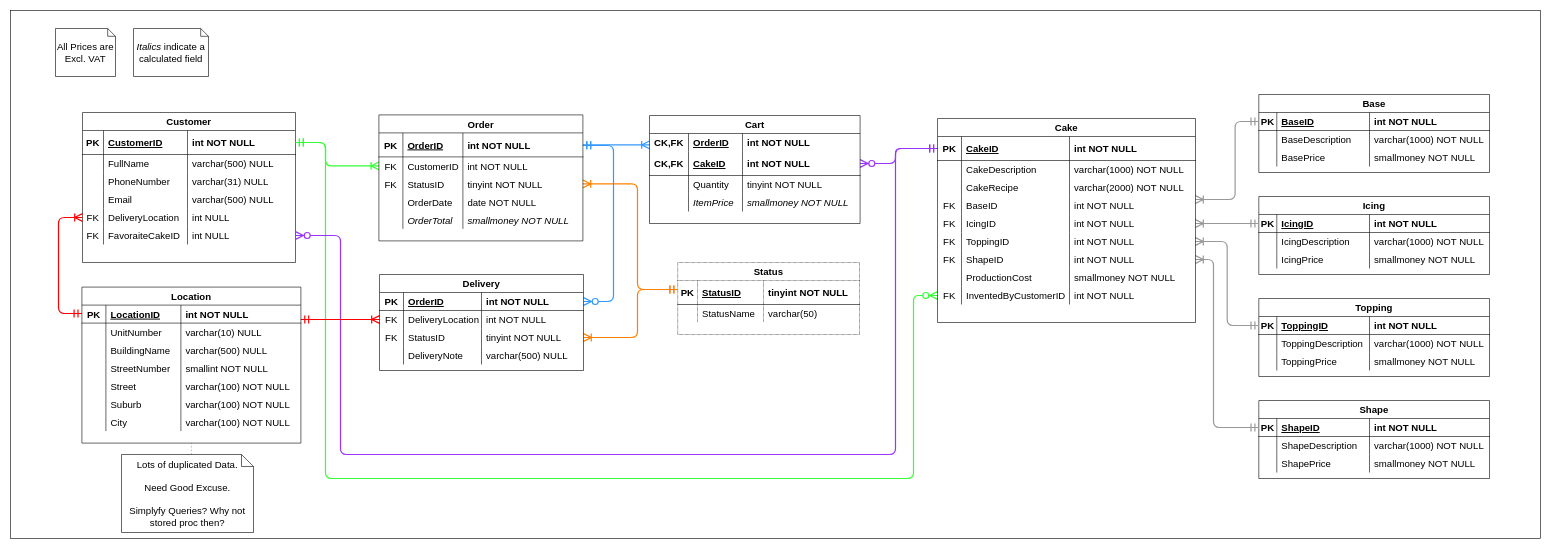
Before: Documentation/ERD Diagram.drawio in TauRamodise/LetThemEatCake, a draw.io diagram. Source tidied: cells renumbered, new cells numbered last; positions are measured from the earlier drawing's top-left corner, leaving out a move shared by most shapes. Both pictures are drawn from the tidied source at 60%, with x=0, y=0 at pixel (10, 10).
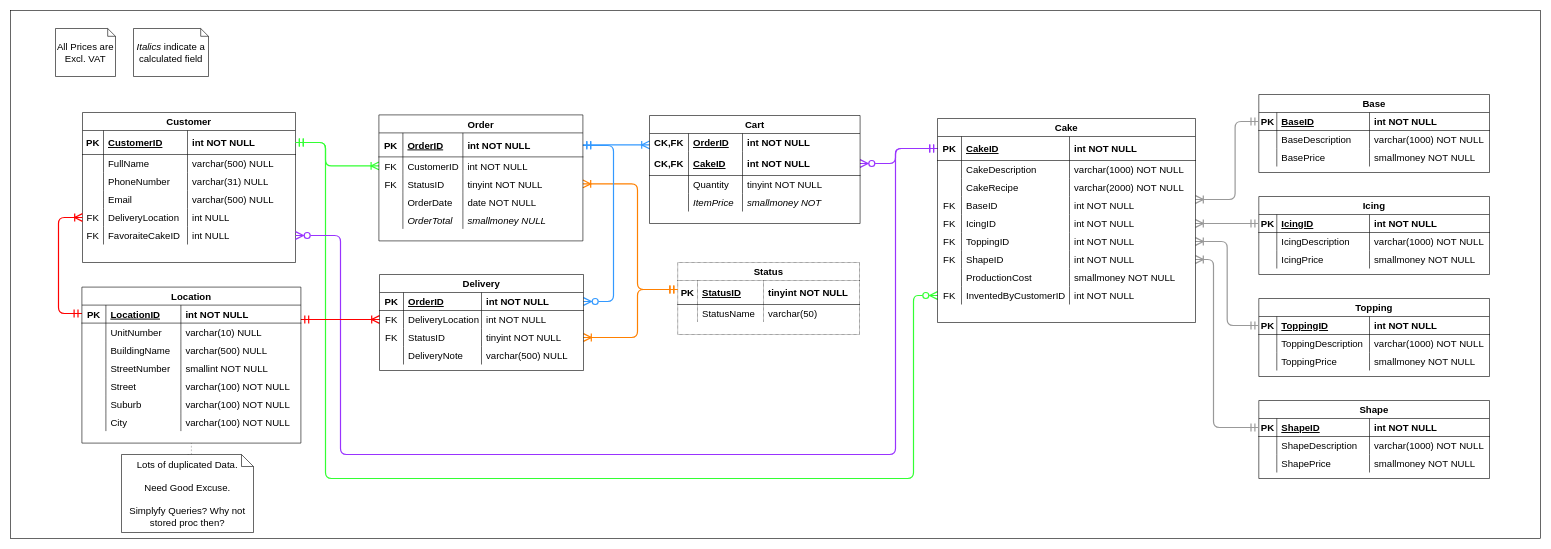
The same page after the edit.

Commit message:
Made calulated fields NULLable

The change refers to these unchanged cells:
```xml
<mxCell id="179" style="shape=tableRow;horizontal=0;startSize=0;swimlaneHead=0;swimlaneBody=0;fillColor=none;top=0;left=0;right=0;bottom=0;labelBorderColor=none;fontSize=16;" parent="162" vertex="1">
  <mxGeometry y="160" width="340" height="30" as="geometry" />
</mxCell>
<mxCell id="196" style="shape=tableRow;horizontal=0;startSize=0;swimlaneHead=0;swimlaneBody=0;fillColor=none;top=0;left=0;right=0;bottom=0;labelBorderColor=none;fontSize=16;" parent="183" vertex="1">
  <mxGeometry y="130" width="351" height="30" as="geometry" />
</mxCell>
```

The edit, as a diff of the source:
```diff
@@
-    <mxCell id="182" value="smallmoney NOT NULL" style="shape=partialRectangle;fillColor=none;top=0;left=0;bottom=0;right=0;align=left;spacingLeft=6;overflow=hidden;labelBorderColor=none;fontSize=16;fontStyle=2;" parent="179" vertex="1">
+    <mxCell id="182" value="smallmoney NULL" style="shape=partialRectangle;fillColor=none;top=0;left=0;bottom=0;right=0;align=left;spacingLeft=6;overflow=hidden;labelBorderColor=none;fontSize=16;fontStyle=2;" parent="179" vertex="1">
       <mxGeometry x="140" width="200" height="30" as="geometry" />
     </mxCell>
@@
-    <mxCell id="199" value="smallmoney NOT NULL" style="shape=partialRectangle;fillColor=none;top=0;left=0;bottom=0;right=0;align=left;spacingLeft=6;overflow=hidden;labelBorderColor=none;fontSize=16;fontStyle=2;" parent="196" vertex="1">
+    <mxCell id="199" value="smallmoney NOT" style="shape=partialRectangle;fillColor=none;top=0;left=0;bottom=0;right=0;align=left;spacingLeft=6;overflow=hidden;labelBorderColor=none;fontSize=16;fontStyle=2;" parent="196" vertex="1">
       <mxGeometry x="155" width="196" height="30" as="geometry" />
     </mxCell>
```
